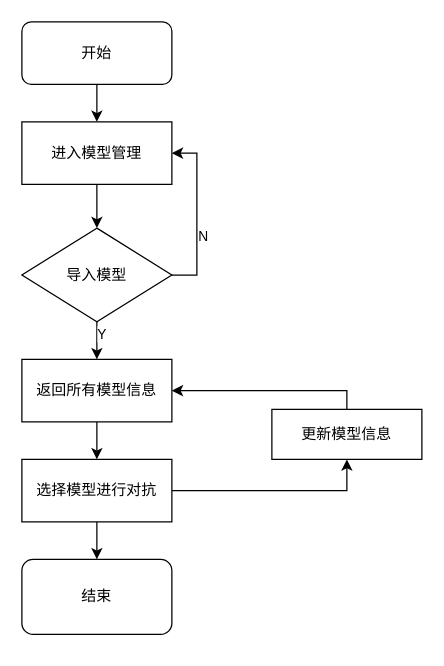
This is draw/Copy of Copy of Copy of Untitled Diagram.drawio from goatbjh/draw.io.repos, a draw.io file, before an edit. Source tidied: cells renumbered, new cells numbered last; positions are measured from the earlier drawing's top-left corner, leaving out a move shared by most shapes. Both pictures are drawn from the tidied source at 125%, with x=0, y=0 at pixel (21, 21).
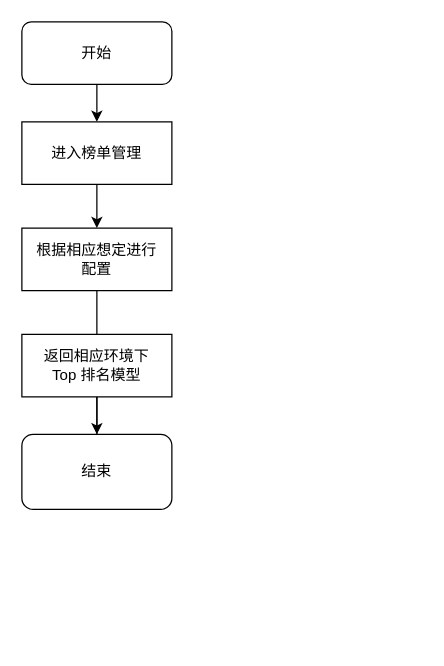
The same diagram, later.

Commit message:
算法天梯榜单模块流程图

The edit, as a diff of the source:
```diff
@@
-    <mxCell id="4" style="edgeStyle=orthogonalEdgeStyle;rounded=0;jettySize=auto;html=1;exitX=0.5;exitY=1;exitDx=0;exitDy=0;entryX=0.5;entryY=0;entryDx=0;entryDy=0;" parent="1" edge="1" source="5" target="11">
+    <mxCell id="4" style="edgeStyle=orthogonalEdgeStyle;rounded=0;jettySize=auto;html=1;exitX=0.5;exitY=1;exitDx=0;exitDy=0;entryX=0.5;entryY=0;entryDx=0;entryDy=0;" parent="1" edge="1" source="5" target="7">
       <mxGeometry relative="1" as="geometry" />
     </mxCell>
-    <mxCell id="5" value="进入模型管理" style="rounded=0;whiteSpace=wrap;html=1;" parent="1" vertex="1">
+    <mxCell id="5" value="进入榜单管理" style="rounded=0;whiteSpace=wrap;html=1;" parent="1" vertex="1">
       <mxGeometry y="80" width="120" height="50" as="geometry" />
     </mxCell>
@@
-    <mxCell id="7" value="返回所有模型信息" style="rounded=0;whiteSpace=wrap;html=1;" parent="1" vertex="1">
-      <mxGeometry y="270" width="120" height="50" as="geometry" />
+    <mxCell id="7" value="根据相应想定进行&lt;br&gt;配置" style="rounded=0;whiteSpace=wrap;html=1;" parent="1" vertex="1">
+      <mxGeometry y="165" width="120" height="50" as="geometry" />
     </mxCell>
-    <mxCell id="8" style="edgeStyle=orthogonalEdgeStyle;rounded=0;jettySize=auto;html=1;exitX=1;exitY=0.5;exitDx=0;exitDy=0;entryX=1;entryY=0.5;entryDx=0;entryDy=0;" parent="1" edge="1" source="11" target="5">
-      <mxGeometry relative="1" as="geometry" />
-    </mxCell>
-    <mxCell id="9" value="N" style="edgeLabel;html=1;align=center;verticalAlign=middle;" parent="8" vertex="1">
-      <mxGeometry x="-0.25" y="-4" relative="1" as="geometry">
-        <mxPoint y="1" as="offset" />
-      </mxGeometry>
-    </mxCell>
-    <mxCell id="10" style="edgeStyle=orthogonalEdgeStyle;rounded=0;jettySize=auto;html=1;exitX=0.5;exitY=1;exitDx=0;exitDy=0;" parent="1" edge="1" source="11">
-      <mxGeometry relative="1" as="geometry">
-        <mxPoint x="60" y="270" as="targetPoint" />
-      </mxGeometry>
-    </mxCell>
-    <mxCell id="11" value="导入模型" style="rhombus;whiteSpace=wrap;html=1;" parent="1" vertex="1">
-      <mxGeometry y="165" width="120" height="75" as="geometry" />
-    </mxCell>
@@
-    <mxCell id="13" style="edgeStyle=orthogonalEdgeStyle;rounded=0;jettySize=auto;html=1;exitX=1;exitY=0.5;exitDx=0;exitDy=0;entryX=0.5;entryY=1;entryDx=0;entryDy=0;" parent="1" edge="1" source="14" target="18">
-      <mxGeometry relative="1" as="geometry" />
-    </mxCell>
-    <mxCell id="14" value="选择模型进行对抗" style="rounded=0;whiteSpace=wrap;html=1;" parent="1" vertex="1">
-      <mxGeometry y="350" width="120" height="50" as="geometry" />
+    <mxCell id="14" value="返回相应环境下&lt;br&gt;Top 排名模型" style="rounded=0;whiteSpace=wrap;html=1;" parent="1" vertex="1">
+      <mxGeometry y="250" width="120" height="50" as="geometry" />
     </mxCell>
     <mxCell id="15" value="结束" style="rounded=1;whiteSpace=wrap;html=1;" parent="1" vertex="1">
-      <mxGeometry y="430" width="120" height="60" as="geometry" />
+      <mxGeometry y="330" width="120" height="60" as="geometry" />
     </mxCell>
@@
-    <mxCell id="17" style="edgeStyle=orthogonalEdgeStyle;rounded=0;jettySize=auto;html=1;exitX=0.5;exitY=0;exitDx=0;exitDy=0;entryX=1;entryY=0.5;entryDx=0;entryDy=0;" parent="1" edge="1" source="18" target="7">
-      <mxGeometry relative="1" as="geometry">
-        <Array as="points">
-          <mxPoint x="260" y="295" />
-        </Array>
-      </mxGeometry>
-    </mxCell>
-    <mxCell id="18" value="更新模型信息" style="rounded=0;whiteSpace=wrap;html=1;" parent="1" vertex="1">
-      <mxGeometry x="200" y="310" width="120" height="40" as="geometry" />
-    </mxCell>
-    <mxCell id="19" value="Y" style="edgeLabel;html=1;align=center;verticalAlign=middle;" parent="1" vertex="1">
-      <mxGeometry x="154" y="181.5" as="geometry">
-        <mxPoint x="-91" y="68" as="offset" />
-      </mxGeometry>
-    </mxCell>
```
